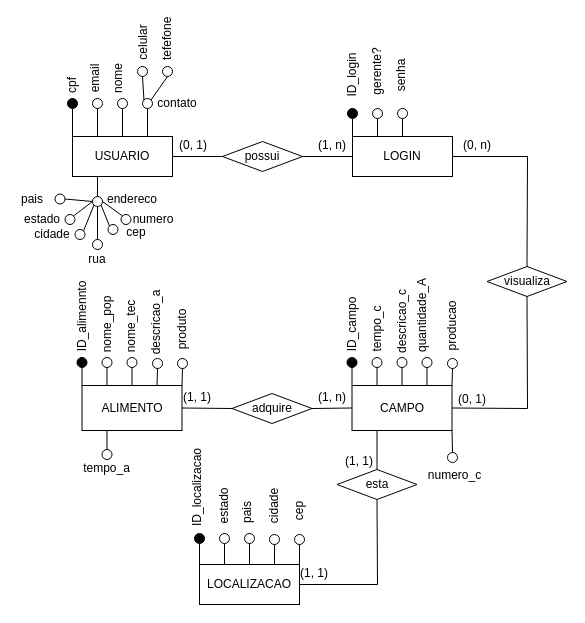
Before: conceitual.drawio in Thiago163/api_sistema_trienal, a draw.io diagram. Source tidied: cells renumbered, new cells numbered last; positions are measured from the earlier drawing's top-left corner, leaving out a move shared by most shapes. Both pictures are drawn from the tidied source at 100%, with x=0, y=0 at pixel (17, 30).
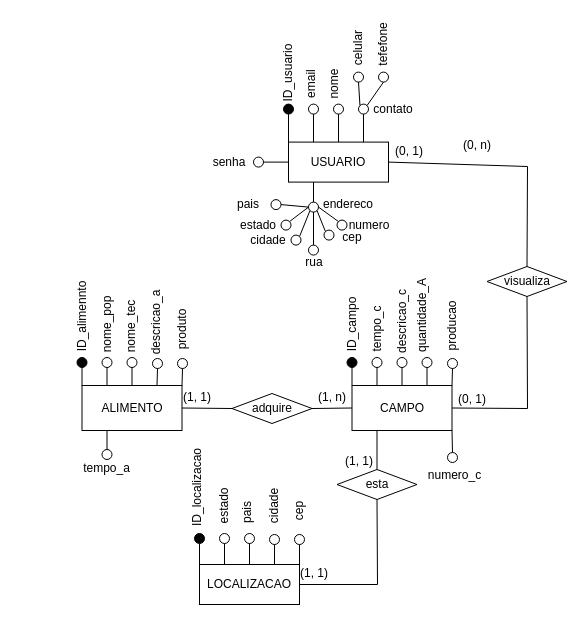
The same page after the edit.

Unchanged cells that the change refers to:
```xml
<mxCell id="8" value="visualiza" style="rhombus;whiteSpace=wrap;html=1;" parent="1" vertex="1">
  <mxGeometry x="469.5" y="236" width="80" height="30" as="geometry" />
</mxCell>
```

The edit, as a diff of the source:
```diff
@@
     <mxCell id="2" value="USUARIO" style="rounded=0;whiteSpace=wrap;html=1;" parent="1" vertex="1">
-      <mxGeometry x="55" y="106" width="100" height="40" as="geometry" />
+      <mxGeometry x="271" y="111.6" width="100" height="40" as="geometry" />
     </mxCell>
-    <mxCell id="3" value="LOGIN" style="rounded=0;whiteSpace=wrap;html=1;" parent="1" vertex="1">
-      <mxGeometry x="335" y="106" width="100" height="40" as="geometry" />
-    </mxCell>
@@
-    <mxCell id="7" value="possui" style="rhombus;whiteSpace=wrap;html=1;" parent="1" vertex="1">
-      <mxGeometry x="205" y="111" width="80" height="30" as="geometry" />
-    </mxCell>
@@
     <mxCell id="11" style="ellipse;whiteSpace=wrap;html=1;fillColor=#000000;" parent="1" vertex="1">
-      <mxGeometry x="50" y="68" width="10" height="10" as="geometry" />
+      <mxGeometry x="266" y="73.6" width="10" height="10" as="geometry" />
     </mxCell>
@@
     <mxCell id="13" style="ellipse;whiteSpace=wrap;html=1;" parent="1" vertex="1">
-      <mxGeometry x="75" y="68" width="10" height="10" as="geometry" />
+      <mxGeometry x="291" y="73.6" width="10" height="10" as="geometry" />
     </mxCell>
@@
     <mxCell id="15" style="ellipse;whiteSpace=wrap;html=1;" parent="1" vertex="1">
-      <mxGeometry x="100" y="68" width="10" height="10" as="geometry" />
+      <mxGeometry x="316" y="73.6" width="10" height="10" as="geometry" />
     </mxCell>
@@
     <mxCell id="17" style="ellipse;whiteSpace=wrap;html=1;" parent="1" vertex="1">
-      <mxGeometry x="125" y="68" width="10" height="10" as="geometry" />
+      <mxGeometry x="341" y="73.6" width="10" height="10" as="geometry" />
     </mxCell>
@@
     <mxCell id="19" style="ellipse;whiteSpace=wrap;html=1;" parent="1" vertex="1">
-      <mxGeometry x="120" y="36" width="10" height="10" as="geometry" />
+      <mxGeometry x="336" y="41.6" width="10" height="10" as="geometry" />
     </mxCell>
     <mxCell id="20" style="ellipse;whiteSpace=wrap;html=1;" parent="1" vertex="1">
-      <mxGeometry x="145" y="36" width="10" height="10" as="geometry" />
+      <mxGeometry x="361" y="41.6" width="10" height="10" as="geometry" />
     </mxCell>
@@
-    <mxCell id="23" style="ellipse;whiteSpace=wrap;html=1;fillColor=#000000;" parent="1" vertex="1">
-      <mxGeometry x="330" y="78" width="10" height="10" as="geometry" />
-    </mxCell>
-    <mxCell id="24" style="endArrow=none;html=1;rounded=0;entryX=0.5;entryY=1;entryDx=0;entryDy=0;exitX=0;exitY=0;exitDx=0;exitDy=0;" parent="1" edge="1" source="3" target="23">
-      <mxGeometry relative="1" as="geometry" />
-    </mxCell>
-    <mxCell id="25" style="ellipse;whiteSpace=wrap;html=1;" parent="1" vertex="1">
-      <mxGeometry x="355" y="78" width="10" height="10" as="geometry" />
-    </mxCell>
-    <mxCell id="26" style="endArrow=none;html=1;rounded=0;entryX=0.5;entryY=1;entryDx=0;entryDy=0;exitX=0.25;exitY=0;exitDx=0;exitDy=0;" parent="1" edge="1" source="3" target="25">
-      <mxGeometry relative="1" as="geometry" />
-    </mxCell>
-    <mxCell id="27" style="ellipse;whiteSpace=wrap;html=1;" parent="1" vertex="1">
-      <mxGeometry x="380" y="78" width="10" height="10" as="geometry" />
-    </mxCell>
-    <mxCell id="28" style="endArrow=none;html=1;rounded=0;entryX=0.5;entryY=1;entryDx=0;entryDy=0;exitX=0.5;exitY=0;exitDx=0;exitDy=0;" parent="1" edge="1" source="3" target="27">
-      <mxGeometry relative="1" as="geometry" />
-    </mxCell>
@@
-    <mxCell id="55" style="endArrow=none;html=1;rounded=0;exitX=1;exitY=0.5;exitDx=0;exitDy=0;exitPerimeter=0;entryX=0;entryY=0.5;entryDx=0;entryDy=0;" parent="1" edge="1" source="2" target="7">
-      <mxGeometry relative="1" as="geometry" />
-    </mxCell>
-    <mxCell id="56" style="endArrow=none;html=1;rounded=0;exitX=1;exitY=0.5;exitDx=0;exitDy=0;entryX=0;entryY=0.5;entryDx=0;entryDy=0;" parent="1" edge="1" source="7" target="3">
-      <mxGeometry relative="1" as="geometry" />
-    </mxCell>
@@
-    <mxCell id="61" value="cpf" style="text;html=1;align=center;verticalAlign=middle;whiteSpace=wrap;rounded=0;rotation=-90;" parent="1" vertex="1">
-      <mxGeometry x="40" y="46" width="30" height="18" as="geometry" />
+    <mxCell id="61" value="ID_usuario" style="text;html=1;align=center;verticalAlign=middle;whiteSpace=wrap;rounded=0;rotation=-90;" parent="1" vertex="1">
+      <mxGeometry x="256" y="33.6" width="30" height="18" as="geometry" />
     </mxCell>
     <mxCell id="62" value="email" style="text;html=1;align=center;verticalAlign=middle;whiteSpace=wrap;rounded=0;rotation=-90;" parent="1" vertex="1">
-      <mxGeometry x="63" y="39" width="30" height="18" as="geometry" />
+      <mxGeometry x="279" y="44.6" width="30" height="18" as="geometry" />
     </mxCell>
     <mxCell id="63" value="nome" style="text;html=1;align=center;verticalAlign=middle;whiteSpace=wrap;rounded=0;rotation=-90;" parent="1" vertex="1">
-      <mxGeometry x="86" y="39" width="30" height="18" as="geometry" />
+      <mxGeometry x="302" y="44.6" width="30" height="18" as="geometry" />
     </mxCell>
     <mxCell id="64" value="contato" style="text;html=1;align=center;verticalAlign=middle;whiteSpace=wrap;rounded=0;rotation=0;" parent="1" vertex="1">
-      <mxGeometry x="145" y="64" width="30" height="18" as="geometry" />
+      <mxGeometry x="361" y="69.6" width="30" height="18" as="geometry" />
     </mxCell>
     <mxCell id="65" value="celular" style="text;html=1;align=center;verticalAlign=middle;whiteSpace=wrap;rounded=0;rotation=-90;" parent="1" vertex="1">
-      <mxGeometry x="107.5" y="3.5" width="35" height="18" as="geometry" />
+      <mxGeometry x="323.5" y="9.1" width="35" height="18" as="geometry" />
     </mxCell>
     <mxCell id="66" value="tefefone" style="text;html=1;align=center;verticalAlign=middle;whiteSpace=wrap;rounded=0;rotation=-90;" parent="1" vertex="1">
-      <mxGeometry x="128.8" y="-0.2" width="42.5" height="18" as="geometry" />
+      <mxGeometry x="344.8" y="5.4" width="42.5" height="18" as="geometry" />
     </mxCell>
-    <mxCell id="67" value="ID_login" style="text;html=1;align=center;verticalAlign=middle;whiteSpace=wrap;rounded=0;rotation=-90;" parent="1" vertex="1">
-      <mxGeometry x="312.5" y="36" width="45" height="18" as="geometry" />
-    </mxCell>
-    <mxCell id="68" value="gerente?" style="text;html=1;align=center;verticalAlign=middle;whiteSpace=wrap;rounded=0;rotation=-90;" parent="1" vertex="1">
-      <mxGeometry x="335" y="32" width="50" height="18" as="geometry" />
-    </mxCell>
-    <mxCell id="69" value="senha" style="text;html=1;align=center;verticalAlign=middle;whiteSpace=wrap;rounded=0;rotation=-90;" parent="1" vertex="1">
-      <mxGeometry x="359" y="36" width="50" height="18" as="geometry" />
-    </mxCell>
@@
     <mxCell id="86" value="(0, 1)" style="text;html=1;align=center;verticalAlign=middle;whiteSpace=wrap;rounded=0;rotation=0;" parent="1" vertex="1">
-      <mxGeometry x="161" y="106" width="30" height="18" as="geometry" />
+      <mxGeometry x="377" y="111.6" width="30" height="18" as="geometry" />
     </mxCell>
-    <mxCell id="87" value="(1, n)" style="text;html=1;align=center;verticalAlign=middle;whiteSpace=wrap;rounded=0;rotation=0;" parent="1" vertex="1">
-      <mxGeometry x="300" y="106" width="30" height="18" as="geometry" />
-    </mxCell>
@@
     <mxCell id="94" value="&lt;font style=&quot;font-size: 12px;&quot;&gt;endereco&lt;/font&gt;" style="text;html=1;align=center;verticalAlign=middle;whiteSpace=wrap;rounded=0;rotation=0;" parent="1" vertex="1">
-      <mxGeometry x="100" y="161" width="30" height="15" as="geometry" />
+      <mxGeometry x="316" y="166.6" width="30" height="15" as="geometry" />
     </mxCell>
     <mxCell id="95" style="ellipse;whiteSpace=wrap;html=1;" parent="1" vertex="1">
-      <mxGeometry x="75" y="166" width="10" height="10" as="geometry" />
+      <mxGeometry x="291" y="171.6" width="10" height="10" as="geometry" />
     </mxCell>
@@
     <mxCell id="98" style="ellipse;whiteSpace=wrap;html=1;" parent="1" vertex="1">
-      <mxGeometry x="57.5" y="199" width="10" height="10" as="geometry" />
+      <mxGeometry x="273.5" y="204.6" width="10" height="10" as="geometry" />
     </mxCell>
     <mxCell id="99" style="ellipse;whiteSpace=wrap;html=1;" parent="1" vertex="1">
-      <mxGeometry x="90.5" y="194" width="10" height="10" as="geometry" />
+      <mxGeometry x="306.5" y="199.6" width="10" height="10" as="geometry" />
     </mxCell>
@@
     <mxCell id="101" style="ellipse;whiteSpace=wrap;html=1;" parent="1" vertex="1">
-      <mxGeometry x="75" y="209" width="10" height="10" as="geometry" />
+      <mxGeometry x="291" y="214.6" width="10" height="10" as="geometry" />
     </mxCell>
@@
     <mxCell id="103" value="&lt;font style=&quot;font-size: 12px;&quot;&gt;rua&lt;/font&gt;" style="text;html=1;align=center;verticalAlign=middle;whiteSpace=wrap;rounded=0;rotation=0;" parent="1" vertex="1">
-      <mxGeometry x="65" y="221" width="30" height="15" as="geometry" />
+      <mxGeometry x="282" y="224.6" width="30" height="15" as="geometry" />
     </mxCell>
     <mxCell id="104" value="&lt;font style=&quot;font-size: 12px;&quot;&gt;cidade&lt;/font&gt;" style="text;html=1;align=center;verticalAlign=middle;whiteSpace=wrap;rounded=0;rotation=0;" parent="1" vertex="1">
-      <mxGeometry x="20" y="196.5" width="30" height="15" as="geometry" />
+      <mxGeometry x="236" y="202.1" width="30" height="15" as="geometry" />
     </mxCell>
     <mxCell id="105" value="&lt;font style=&quot;font-size: 12px;&quot;&gt;estado&lt;/font&gt;" style="text;html=1;align=center;verticalAlign=middle;whiteSpace=wrap;rounded=0;rotation=0;" parent="1" vertex="1">
-      <mxGeometry x="10" y="181.5" width="30" height="15" as="geometry" />
+      <mxGeometry x="226" y="187.1" width="30" height="15" as="geometry" />
     </mxCell>
@@
     <mxCell id="107" style="ellipse;whiteSpace=wrap;html=1;direction=south;" parent="1" vertex="1">
-      <mxGeometry x="47.5" y="184" width="10" height="10" as="geometry" />
+      <mxGeometry x="263.5" y="189.6" width="10" height="10" as="geometry" />
     </mxCell>
     <mxCell id="108" style="ellipse;whiteSpace=wrap;html=1;" parent="1" vertex="1">
-      <mxGeometry x="103.5" y="184" width="10" height="10" as="geometry" />
+      <mxGeometry x="319.5" y="189.6" width="10" height="10" as="geometry" />
     </mxCell>
@@
     <mxCell id="110" value="&lt;font style=&quot;font-size: 12px;&quot;&gt;cep&lt;/font&gt;" style="text;html=1;align=center;verticalAlign=middle;whiteSpace=wrap;rounded=0;rotation=0;" parent="1" vertex="1">
-      <mxGeometry x="103.5" y="194" width="30" height="15" as="geometry" />
+      <mxGeometry x="319.5" y="199.6" width="30" height="15" as="geometry" />
     </mxCell>
     <mxCell id="111" value="&lt;font style=&quot;font-size: 12px;&quot;&gt;numero&lt;/font&gt;" style="text;html=1;align=center;verticalAlign=middle;whiteSpace=wrap;rounded=0;rotation=0;" parent="1" vertex="1">
-      <mxGeometry x="121" y="181.5" width="30" height="15" as="geometry" />
+      <mxGeometry x="337" y="187.1" width="30" height="15" as="geometry" />
     </mxCell>
@@
-    <mxCell id="123" style="endArrow=none;html=1;rounded=0;entryX=1;entryY=0.5;entryDx=0;entryDy=0;exitX=0.5;exitY=0;exitDx=0;exitDy=0;" parent="1" edge="1" source="8" target="3">
+    <mxCell id="123" style="endArrow=none;html=1;rounded=0;entryX=1;entryY=0.5;entryDx=0;entryDy=0;exitX=0.5;exitY=0;exitDx=0;exitDy=0;" parent="1" edge="1" source="8" target="2">
       <mxGeometry relative="1" as="geometry">
         <Array as="points">
-          <mxPoint x="510" y="126" />
+          <mxPoint x="510" y="136" />
         </Array>
       </mxGeometry>
     </mxCell>
@@
     <mxCell id="125" style="ellipse;whiteSpace=wrap;html=1;direction=south;" parent="1" vertex="1">
-      <mxGeometry x="37.5" y="163.5" width="10" height="10" as="geometry" />
+      <mxGeometry x="253.5" y="169.1" width="10" height="10" as="geometry" />
     </mxCell>
@@
     <mxCell id="127" value="&lt;font style=&quot;font-size: 12px;&quot;&gt;pais&lt;/font&gt;" style="text;html=1;align=center;verticalAlign=middle;whiteSpace=wrap;rounded=0;rotation=0;" parent="1" vertex="1">
-      <mxGeometry y="161" width="30" height="15" as="geometry" />
+      <mxGeometry x="216" y="166.6" width="30" height="15" as="geometry" />
     </mxCell>
+    <mxCell id="128" style="ellipse;whiteSpace=wrap;html=1;" parent="1" vertex="1">
+      <mxGeometry x="236" y="126.6" width="10" height="10" as="geometry" />
+    </mxCell>
+    <mxCell id="129" style="endArrow=none;html=1;rounded=0;entryX=1;entryY=0.5;entryDx=0;entryDy=0;exitX=0;exitY=0.5;exitDx=0;exitDy=0;" parent="1" edge="1" source="2" target="128">
+      <mxGeometry relative="1" as="geometry" />
+    </mxCell>
+    <mxCell id="69" value="&lt;font style=&quot;font-size: 12px;&quot;&gt;senha&lt;/font&gt;" style="text;html=1;align=center;verticalAlign=middle;whiteSpace=wrap;rounded=0;rotation=0;" parent="1" vertex="1">
+      <mxGeometry x="197" y="124.1" width="30" height="15" as="geometry" />
+    </mxCell>
```
